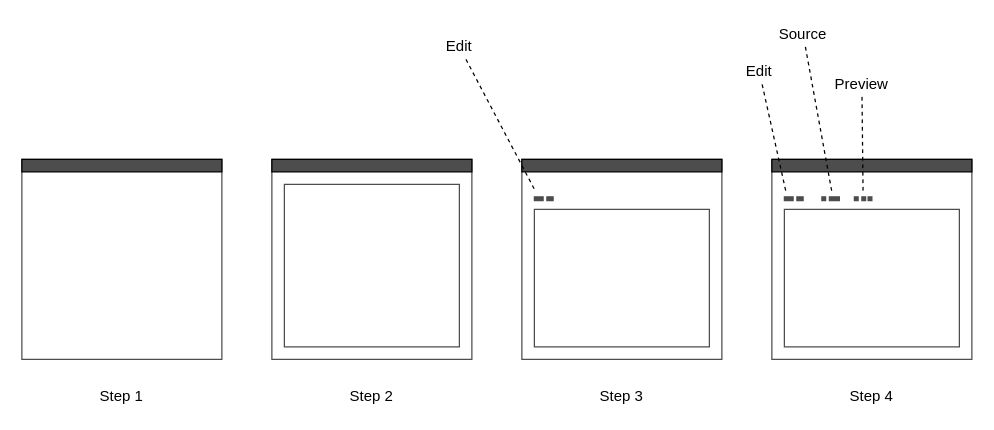
This is Untitled Diagram.drawio from ajile/draw-io, a draw.io file, before an edit. Source tidied: cells renumbered, new cells numbered last; positions are measured from the earlier drawing's top-left corner, leaving out a move shared by most shapes. Both pictures are drawn from the tidied source at 125%, with x=0, y=0 at pixel (21, 21).
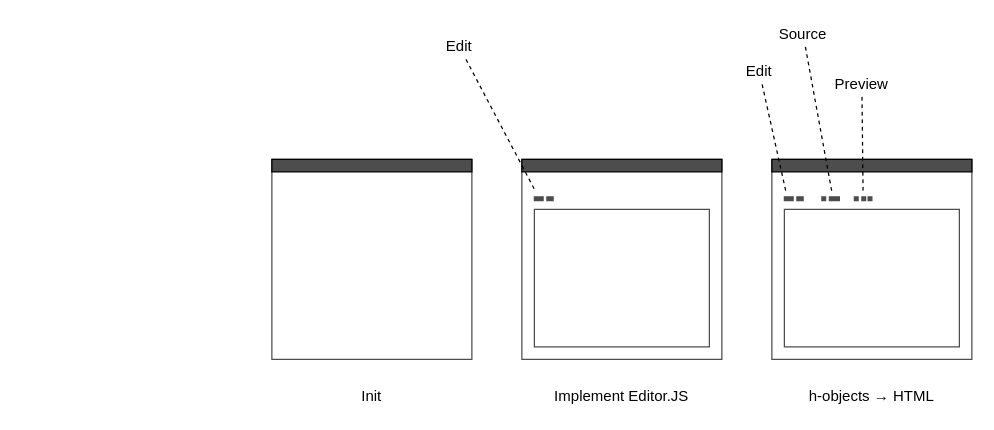
The same page after the edit.

The edit, as a diff of the source:
```diff
@@
     <mxCell id="2" style="rounded=0;whiteSpace=wrap;html=1;strokeColor=#4D4D4D;" parent="1" vertex="1">
-      <mxGeometry y="110" width="160" height="160" as="geometry" />
+      <mxGeometry x="200" y="110" width="160" height="160" as="geometry" />
     </mxCell>
     <mxCell id="3" style="rounded=0;whiteSpace=wrap;html=1;fillColor=#4D4D4D;" parent="1" vertex="1">
-      <mxGeometry y="110" width="160" height="10" as="geometry" />
+      <mxGeometry x="200" y="110" width="160" height="10" as="geometry" />
     </mxCell>
-    <mxCell id="4" style="rounded=0;whiteSpace=wrap;html=1;strokeColor=#4D4D4D;" parent="1" vertex="1">
-      <mxGeometry x="200" y="110" width="160" height="160" as="geometry" />
-    </mxCell>
-    <mxCell id="5" style="rounded=0;whiteSpace=wrap;html=1;fillColor=#4D4D4D;" parent="1" vertex="1">
-      <mxGeometry x="200" y="110" width="160" height="10" as="geometry" />
-    </mxCell>
-    <mxCell id="6" style="rounded=0;whiteSpace=wrap;html=1;strokeColor=#4D4D4D;" parent="1" vertex="1">
-      <mxGeometry x="210" y="130" width="140" height="130" as="geometry" />
-    </mxCell>
@@
-    <mxCell id="38" value="Step 1&lt;br&gt;" style="text;html=1;strokeColor=none;fillColor=none;align=center;verticalAlign=middle;whiteSpace=wrap;rounded=0;" parent="1" vertex="1">
-      <mxGeometry x="60" y="290" width="40" height="20" as="geometry" />
+    <mxCell id="38" value="Init&lt;br&gt;" style="text;html=1;strokeColor=none;fillColor=none;align=center;verticalAlign=middle;whiteSpace=wrap;rounded=0;" parent="1" vertex="1">
+      <mxGeometry x="200" y="290" width="160" height="20" as="geometry" />
     </mxCell>
-    <mxCell id="39" value="Step 2" style="text;html=1;strokeColor=none;fillColor=none;align=center;verticalAlign=middle;whiteSpace=wrap;rounded=0;" parent="1" vertex="1">
-      <mxGeometry x="260" y="290" width="40" height="20" as="geometry" />
-    </mxCell>
-    <mxCell id="40" value="Step 3" style="text;html=1;strokeColor=none;fillColor=none;align=center;verticalAlign=middle;whiteSpace=wrap;rounded=0;" parent="1" vertex="1">
-      <mxGeometry x="460" y="290" width="40" height="20" as="geometry" />
+    <mxCell id="40" value="Implement Editor.JS&lt;br&gt;" style="text;html=1;strokeColor=none;fillColor=none;align=center;verticalAlign=middle;whiteSpace=wrap;rounded=0;" parent="1" vertex="1">
+      <mxGeometry x="400" y="290" width="160" height="20" as="geometry" />
     </mxCell>
-    <mxCell id="41" value="Step 4" style="text;html=1;strokeColor=none;fillColor=none;align=center;verticalAlign=middle;whiteSpace=wrap;rounded=0;" parent="1" vertex="1">
-      <mxGeometry x="660" y="290" width="40" height="20" as="geometry" />
+    <mxCell id="41" value="h-objects → HTML" style="text;html=1;strokeColor=none;fillColor=none;align=center;verticalAlign=middle;whiteSpace=wrap;rounded=0;" parent="1" vertex="1">
+      <mxGeometry x="600" y="290" width="160" height="20" as="geometry" />
     </mxCell>
```
